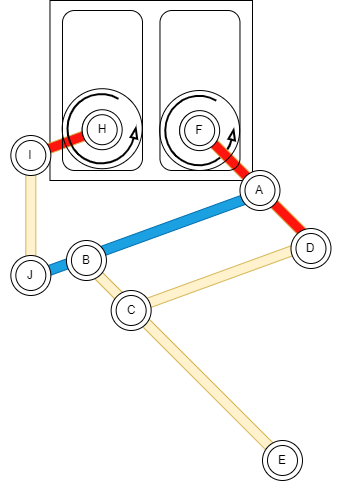
kumaxxp/SimpleLinkages keeps this draw.io diagram as doc/5節リンクのプログラムを検討1.drawio.png. Above is the earlier version. Source tidied: cells renumbered, new cells last; positions are measured from the earlier drawing's top-left corner, leaving out a move shared by most shapes. The source it was exported from:
```xml
<mxGraphModel>
  <root>
    <mxCell id="0" />
    <mxCell id="1" parent="0" />
    <mxCell id="2" style="verticalLabelPosition=bottom;html=1;verticalAlign=top;strokeWidth=2;shape=mxgraph.lean_mapping.physical_pull;fillColor=none;" parent="1" vertex="1">
      <mxGeometry x="194.5" y="95" width="70" height="70" as="geometry" />
    </mxCell>
    <mxCell id="3" style="rounded=0;whiteSpace=wrap;html=1;fillColor=none;" parent="1" vertex="1">
      <mxGeometry x="79.5" width="202.5" height="180" as="geometry" />
    </mxCell>
    <mxCell id="4" style="rounded=0;whiteSpace=wrap;html=1;rotation=-200;fillColor=#FF150D;strokeColor=#d6b656;" parent="1" vertex="1">
      <mxGeometry x="55.1" y="138.4" width="72.6" height="10" as="geometry" />
    </mxCell>
    <mxCell id="5" style="rounded=0;whiteSpace=wrap;html=1;rotation=-135;fillColor=#FF150D;strokeColor=#d6b656;" parent="1" vertex="1">
      <mxGeometry x="202.3" y="178.6" width="163.1" height="10" as="geometry" />
    </mxCell>
    <mxCell id="6" style="rounded=1;whiteSpace=wrap;html=1;fillColor=none;" parent="1" vertex="1">
      <mxGeometry x="92" y="10" width="80" height="160" as="geometry" />
    </mxCell>
    <mxCell id="7" style="rounded=1;whiteSpace=wrap;html=1;fillColor=none;" parent="1" vertex="1">
      <mxGeometry x="189.5" y="10" width="80" height="160" as="geometry" />
    </mxCell>
    <mxCell id="8" style="ellipse;whiteSpace=wrap;html=1;fillColor=none;" parent="1" vertex="1">
      <mxGeometry x="111.7" y="110" width="38.2" height="38.2" as="geometry" />
    </mxCell>
    <mxCell id="9" style="group;rotation=0;" parent="1" vertex="1">
      <mxGeometry x="111.7" y="108.2" width="60" height="60" as="geometry" />
    </mxCell>
    <mxCell id="10" style="ellipse;whiteSpace=wrap;html=1;rotation=0;" parent="9" vertex="1">
      <mxGeometry y="1" width="40" height="40" as="geometry" />
    </mxCell>
    <mxCell id="11" style="ellipse;whiteSpace=wrap;html=1;rotation=0;" parent="9" vertex="1">
      <mxGeometry x="5" y="6" width="30" height="30" as="geometry" />
    </mxCell>
    <mxCell id="12" value="H" style="text;html=1;strokeColor=none;fillColor=none;align=center;verticalAlign=middle;whiteSpace=wrap;rounded=0;rotation=0;" parent="9" vertex="1">
      <mxGeometry x="-10" y="6" width="60" height="30" as="geometry" />
    </mxCell>
    <mxCell id="13" style="ellipse;whiteSpace=wrap;html=1;fillColor=none;" parent="9" vertex="1">
      <mxGeometry x="-20" y="-20" width="80" height="80" as="geometry" />
    </mxCell>
    <mxCell id="14" style="verticalLabelPosition=bottom;html=1;verticalAlign=top;strokeWidth=2;shape=mxgraph.lean_mapping.physical_pull;fillColor=none;" parent="9" vertex="1">
      <mxGeometry x="-15" y="-15" width="70" height="70" as="geometry" />
    </mxCell>
    <mxCell id="15" style="ellipse;whiteSpace=wrap;html=1;fillColor=none;" parent="1" vertex="1">
      <mxGeometry x="209.1" y="110.9" width="38.2" height="38.2" as="geometry" />
    </mxCell>
    <mxCell id="16" style="group;rotation=0;" parent="1" vertex="1">
      <mxGeometry x="209.1" y="109.1" width="60" height="60.9" as="geometry" />
    </mxCell>
    <mxCell id="17" style="ellipse;whiteSpace=wrap;html=1;rotation=0;" parent="16" vertex="1">
      <mxGeometry y="1" width="40" height="40" as="geometry" />
    </mxCell>
    <mxCell id="18" style="ellipse;whiteSpace=wrap;html=1;rotation=0;" parent="16" vertex="1">
      <mxGeometry x="5" y="6" width="30" height="30" as="geometry" />
    </mxCell>
    <mxCell id="19" value="F" style="text;html=1;strokeColor=none;fillColor=none;align=center;verticalAlign=middle;whiteSpace=wrap;rounded=0;rotation=0;" parent="16" vertex="1">
      <mxGeometry x="-10" y="6" width="60" height="30" as="geometry" />
    </mxCell>
    <mxCell id="20" style="ellipse;whiteSpace=wrap;html=1;fillColor=none;" parent="16" vertex="1">
      <mxGeometry x="-20" y="-19.1" width="80" height="80" as="geometry" />
    </mxCell>
    <mxCell id="21" style="rounded=0;whiteSpace=wrap;html=1;rotation=-20;fillColor=#1ba1e2;strokeColor=#006EAF;fontColor=#ffffff;" parent="1" vertex="1">
      <mxGeometry x="41.7" y="231.3" width="259.3" height="10" as="geometry" />
    </mxCell>
    <mxCell id="22" style="rounded=0;whiteSpace=wrap;html=1;rotation=-20;fillColor=#fff2cc;strokeColor=#d6b656;" parent="1" vertex="1">
      <mxGeometry x="156.8" y="270" width="193.4" height="10" as="geometry" />
    </mxCell>
    <mxCell id="23" style="rounded=0;whiteSpace=wrap;html=1;rotation=-135;fillColor=#fff2cc;strokeColor=#d6b656;" parent="1" vertex="1">
      <mxGeometry x="65.7" y="358.2" width="300.9" height="10" as="geometry" />
    </mxCell>
    <mxCell id="24" style="rounded=0;whiteSpace=wrap;html=1;rotation=-90;fillColor=#fff2cc;strokeColor=#d6b656;" parent="1" vertex="1">
      <mxGeometry x="-0.5" y="208.3" width="121.7" height="10" as="geometry" />
    </mxCell>
    <mxCell id="25" style="ellipse;whiteSpace=wrap;html=1;" parent="1" vertex="1">
      <mxGeometry x="269.5" y="170" width="40" height="40" as="geometry" />
    </mxCell>
    <mxCell id="26" style="ellipse;whiteSpace=wrap;html=1;" parent="1" vertex="1">
      <mxGeometry x="274.5" y="175" width="30" height="30" as="geometry" />
    </mxCell>
    <mxCell id="27" value="A" style="text;html=1;strokeColor=none;fillColor=none;align=center;verticalAlign=middle;whiteSpace=wrap;rounded=0;" parent="1" vertex="1">
      <mxGeometry x="259.5" y="175" width="60" height="30" as="geometry" />
    </mxCell>
    <mxCell id="28" style="ellipse;whiteSpace=wrap;html=1;" parent="1" vertex="1">
      <mxGeometry x="320.5" y="228" width="40" height="40" as="geometry" />
    </mxCell>
    <mxCell id="29" style="ellipse;whiteSpace=wrap;html=1;" parent="1" vertex="1">
      <mxGeometry x="325.5" y="233" width="30" height="30" as="geometry" />
    </mxCell>
    <mxCell id="30" value="D" style="text;html=1;strokeColor=none;fillColor=none;align=center;verticalAlign=middle;whiteSpace=wrap;rounded=0;" parent="1" vertex="1">
      <mxGeometry x="310.5" y="233" width="60" height="30" as="geometry" />
    </mxCell>
    <mxCell id="31" style="ellipse;whiteSpace=wrap;html=1;" parent="1" vertex="1">
      <mxGeometry x="95.9" y="240" width="40" height="40" as="geometry" />
    </mxCell>
    <mxCell id="32" style="ellipse;whiteSpace=wrap;html=1;" parent="1" vertex="1">
      <mxGeometry x="100.9" y="245" width="30" height="30" as="geometry" />
    </mxCell>
    <mxCell id="33" value="B" style="text;html=1;strokeColor=none;fillColor=none;align=center;verticalAlign=middle;whiteSpace=wrap;rounded=0;" parent="1" vertex="1">
      <mxGeometry x="85.9" y="245" width="60" height="30" as="geometry" />
    </mxCell>
    <mxCell id="34" style="ellipse;whiteSpace=wrap;html=1;" parent="1" vertex="1">
      <mxGeometry x="140.6" y="290" width="40" height="40" as="geometry" />
    </mxCell>
    <mxCell id="35" style="ellipse;whiteSpace=wrap;html=1;" parent="1" vertex="1">
      <mxGeometry x="145.6" y="295" width="30" height="30" as="geometry" />
    </mxCell>
    <mxCell id="36" value="C" style="text;html=1;strokeColor=none;fillColor=none;align=center;verticalAlign=middle;whiteSpace=wrap;rounded=0;" parent="1" vertex="1">
      <mxGeometry x="130.6" y="295" width="60" height="30" as="geometry" />
    </mxCell>
    <mxCell id="37" style="ellipse;whiteSpace=wrap;html=1;" parent="1" vertex="1">
      <mxGeometry x="292" y="440" width="40" height="40" as="geometry" />
    </mxCell>
    <mxCell id="38" style="ellipse;whiteSpace=wrap;html=1;" parent="1" vertex="1">
      <mxGeometry x="297" y="445" width="30" height="30" as="geometry" />
    </mxCell>
    <mxCell id="39" value="E" style="text;html=1;strokeColor=none;fillColor=none;align=center;verticalAlign=middle;whiteSpace=wrap;rounded=0;" parent="1" vertex="1">
      <mxGeometry x="282" y="445" width="60" height="30" as="geometry" />
    </mxCell>
    <mxCell id="40" style="ellipse;whiteSpace=wrap;html=1;" parent="1" vertex="1">
      <mxGeometry x="40.3" y="135" width="40" height="40" as="geometry" />
    </mxCell>
    <mxCell id="41" style="ellipse;whiteSpace=wrap;html=1;" parent="1" vertex="1">
      <mxGeometry x="45.3" y="140" width="30" height="30" as="geometry" />
    </mxCell>
    <mxCell id="42" value="I" style="text;html=1;strokeColor=none;fillColor=none;align=center;verticalAlign=middle;whiteSpace=wrap;rounded=0;" parent="1" vertex="1">
      <mxGeometry x="30.3" y="140" width="60" height="30" as="geometry" />
    </mxCell>
    <mxCell id="43" style="ellipse;whiteSpace=wrap;html=1;" parent="1" vertex="1">
      <mxGeometry x="40.3" y="255" width="40" height="40" as="geometry" />
    </mxCell>
    <mxCell id="44" style="ellipse;whiteSpace=wrap;html=1;" parent="1" vertex="1">
      <mxGeometry x="45.3" y="260" width="30" height="30" as="geometry" />
    </mxCell>
    <mxCell id="45" value="J" style="text;html=1;strokeColor=none;fillColor=none;align=center;verticalAlign=middle;whiteSpace=wrap;rounded=0;" parent="1" vertex="1">
      <mxGeometry x="30.3" y="260" width="60" height="30" as="geometry" />
    </mxCell>
  </root>
</mxGraphModel>
```
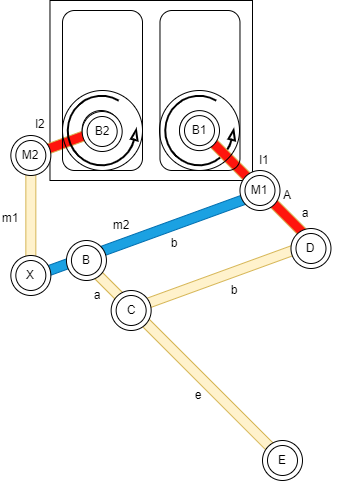
The same diagram one commit later.

The edit, as a diff of the source:
```diff
@@ -23,29 +23,11 @@
     <mxCell id="8" style="ellipse;whiteSpace=wrap;html=1;fillColor=none;" parent="1" vertex="1">
       <mxGeometry x="111.7" y="110" width="38.2" height="38.2" as="geometry" />
     </mxCell>
-    <mxCell id="9" style="group;rotation=0;" parent="1" vertex="1">
-      <mxGeometry x="111.7" y="108.2" width="60" height="60" as="geometry" />
-    </mxCell>
-    <mxCell id="10" style="ellipse;whiteSpace=wrap;html=1;rotation=0;" parent="9" vertex="1">
-      <mxGeometry y="1" width="40" height="40" as="geometry" />
-    </mxCell>
-    <mxCell id="11" style="ellipse;whiteSpace=wrap;html=1;rotation=0;" parent="9" vertex="1">
-      <mxGeometry x="5" y="6" width="30" height="30" as="geometry" />
-    </mxCell>
-    <mxCell id="12" value="H" style="text;html=1;strokeColor=none;fillColor=none;align=center;verticalAlign=middle;whiteSpace=wrap;rounded=0;rotation=0;" parent="9" vertex="1">
-      <mxGeometry x="-10" y="6" width="60" height="30" as="geometry" />
-    </mxCell>
-    <mxCell id="13" style="ellipse;whiteSpace=wrap;html=1;fillColor=none;" parent="9" vertex="1">
-      <mxGeometry x="-20" y="-20" width="80" height="80" as="geometry" />
-    </mxCell>
-    <mxCell id="14" style="verticalLabelPosition=bottom;html=1;verticalAlign=top;strokeWidth=2;shape=mxgraph.lean_mapping.physical_pull;fillColor=none;" parent="9" vertex="1">
-      <mxGeometry x="-15" y="-15" width="70" height="70" as="geometry" />
-    </mxCell>
     <mxCell id="15" style="ellipse;whiteSpace=wrap;html=1;fillColor=none;" parent="1" vertex="1">
       <mxGeometry x="209.1" y="110.9" width="38.2" height="38.2" as="geometry" />
     </mxCell>
     <mxCell id="16" style="group;rotation=0;" parent="1" vertex="1">
-      <mxGeometry x="209.1" y="109.1" width="60" height="60.9" as="geometry" />
+      <mxGeometry x="209" y="109.1" width="60" height="60.9" as="geometry" />
     </mxCell>
     <mxCell id="17" style="ellipse;whiteSpace=wrap;html=1;rotation=0;" parent="16" vertex="1">
       <mxGeometry y="1" width="40" height="40" as="geometry" />
@@ -53,7 +35,7 @@
     <mxCell id="18" style="ellipse;whiteSpace=wrap;html=1;rotation=0;" parent="16" vertex="1">
       <mxGeometry x="5" y="6" width="30" height="30" as="geometry" />
     </mxCell>
-    <mxCell id="19" value="F" style="text;html=1;strokeColor=none;fillColor=none;align=center;verticalAlign=middle;whiteSpace=wrap;rounded=0;rotation=0;" parent="16" vertex="1">
+    <mxCell id="19" value="B1" style="text;html=1;strokeColor=none;fillColor=none;align=center;verticalAlign=middle;whiteSpace=wrap;rounded=0;rotation=0;" parent="16" vertex="1">
       <mxGeometry x="-10" y="6" width="60" height="30" as="geometry" />
     </mxCell>
     <mxCell id="20" style="ellipse;whiteSpace=wrap;html=1;fillColor=none;" parent="16" vertex="1">
@@ -77,7 +59,7 @@
     <mxCell id="26" style="ellipse;whiteSpace=wrap;html=1;" parent="1" vertex="1">
       <mxGeometry x="274.5" y="175" width="30" height="30" as="geometry" />
     </mxCell>
-    <mxCell id="27" value="A" style="text;html=1;strokeColor=none;fillColor=none;align=center;verticalAlign=middle;whiteSpace=wrap;rounded=0;" parent="1" vertex="1">
+    <mxCell id="27" value="M1" style="text;html=1;strokeColor=none;fillColor=none;align=center;verticalAlign=middle;whiteSpace=wrap;rounded=0;" parent="1" vertex="1">
       <mxGeometry x="259.5" y="175" width="60" height="30" as="geometry" />
     </mxCell>
     <mxCell id="28" style="ellipse;whiteSpace=wrap;html=1;" parent="1" vertex="1">
@@ -122,7 +104,7 @@
     <mxCell id="41" style="ellipse;whiteSpace=wrap;html=1;" parent="1" vertex="1">
       <mxGeometry x="45.3" y="140" width="30" height="30" as="geometry" />
     </mxCell>
-    <mxCell id="42" value="I" style="text;html=1;strokeColor=none;fillColor=none;align=center;verticalAlign=middle;whiteSpace=wrap;rounded=0;" parent="1" vertex="1">
+    <mxCell id="42" value="M2" style="text;html=1;strokeColor=none;fillColor=none;align=center;verticalAlign=middle;whiteSpace=wrap;rounded=0;" parent="1" vertex="1">
       <mxGeometry x="30.3" y="140" width="60" height="30" as="geometry" />
     </mxCell>
     <mxCell id="43" style="ellipse;whiteSpace=wrap;html=1;" parent="1" vertex="1">
@@ -131,8 +113,53 @@
     <mxCell id="44" style="ellipse;whiteSpace=wrap;html=1;" parent="1" vertex="1">
       <mxGeometry x="45.3" y="260" width="30" height="30" as="geometry" />
     </mxCell>
-    <mxCell id="45" value="J" style="text;html=1;strokeColor=none;fillColor=none;align=center;verticalAlign=middle;whiteSpace=wrap;rounded=0;" parent="1" vertex="1">
+    <mxCell id="45" value="X" style="text;html=1;strokeColor=none;fillColor=none;align=center;verticalAlign=middle;whiteSpace=wrap;rounded=0;" parent="1" vertex="1">
       <mxGeometry x="30.3" y="260" width="60" height="30" as="geometry" />
     </mxCell>
+    <mxCell id="14" style="verticalLabelPosition=bottom;html=1;verticalAlign=top;strokeWidth=2;shape=mxgraph.lean_mapping.physical_pull;fillColor=none;" parent="1" vertex="1">
+      <mxGeometry x="97" y="95" width="70" height="70" as="geometry" />
+    </mxCell>
+    <mxCell id="10" style="ellipse;whiteSpace=wrap;html=1;rotation=0;" parent="1" vertex="1">
+      <mxGeometry x="111.7" y="111" width="40" height="40" as="geometry" />
+    </mxCell>
+    <mxCell id="11" style="ellipse;whiteSpace=wrap;html=1;rotation=0;" parent="1" vertex="1">
+      <mxGeometry x="116.7" y="116" width="30" height="30" as="geometry" />
+    </mxCell>
+    <mxCell id="12" value="B2" style="text;html=1;strokeColor=none;fillColor=none;align=center;verticalAlign=middle;whiteSpace=wrap;rounded=0;rotation=0;" parent="1" vertex="1">
+      <mxGeometry x="102" y="116" width="60" height="30" as="geometry" />
+    </mxCell>
+    <mxCell id="13" style="ellipse;whiteSpace=wrap;html=1;fillColor=none;" parent="1" vertex="1">
+      <mxGeometry x="92" y="90" width="80" height="80" as="geometry" />
+    </mxCell>
+    <mxCell id="46" value="A" style="text;html=1;strokeColor=none;fillColor=none;align=center;verticalAlign=middle;whiteSpace=wrap;rounded=0;" parent="1" vertex="1">
+      <mxGeometry x="307" y="180" width="20" height="30" as="geometry" />
+    </mxCell>
+    <mxCell id="47" value="l1" style="text;html=1;strokeColor=none;fillColor=none;align=center;verticalAlign=middle;whiteSpace=wrap;rounded=0;" parent="1" vertex="1">
+      <mxGeometry x="284.5" y="145" width="20" height="30" as="geometry" />
+    </mxCell>
+    <mxCell id="48" value="l2" style="text;html=1;strokeColor=none;fillColor=none;align=center;verticalAlign=middle;whiteSpace=wrap;rounded=0;" parent="1" vertex="1">
+      <mxGeometry x="60.3" y="109.1" width="20" height="30" as="geometry" />
+    </mxCell>
+    <mxCell id="49" value="a" style="text;html=1;strokeColor=none;fillColor=none;align=center;verticalAlign=middle;whiteSpace=wrap;rounded=0;" parent="1" vertex="1">
+      <mxGeometry x="325.5" y="198" width="20" height="30" as="geometry" />
+    </mxCell>
+    <mxCell id="50" value="b" style="text;html=1;strokeColor=none;fillColor=none;align=center;verticalAlign=middle;whiteSpace=wrap;rounded=0;" parent="1" vertex="1">
+      <mxGeometry x="194.5" y="228" width="20" height="30" as="geometry" />
+    </mxCell>
+    <mxCell id="51" value="b" style="text;html=1;strokeColor=none;fillColor=none;align=center;verticalAlign=middle;whiteSpace=wrap;rounded=0;" parent="1" vertex="1">
+      <mxGeometry x="254.5" y="275" width="20" height="30" as="geometry" />
+    </mxCell>
+    <mxCell id="52" value="a" style="text;html=1;strokeColor=none;fillColor=none;align=center;verticalAlign=middle;whiteSpace=wrap;rounded=0;" parent="1" vertex="1">
+      <mxGeometry x="116.7" y="280" width="20" height="30" as="geometry" />
+    </mxCell>
+    <mxCell id="53" value="e" style="text;html=1;strokeColor=none;fillColor=none;align=center;verticalAlign=middle;whiteSpace=wrap;rounded=0;" parent="1" vertex="1">
+      <mxGeometry x="218.3" y="380" width="20" height="30" as="geometry" />
+    </mxCell>
+    <mxCell id="54" value="m1" style="text;html=1;strokeColor=none;fillColor=none;align=center;verticalAlign=middle;whiteSpace=wrap;rounded=0;" parent="1" vertex="1">
+      <mxGeometry x="30.3" y="203" width="20" height="30" as="geometry" />
+    </mxCell>
+    <mxCell id="55" value="m2" style="text;html=1;strokeColor=none;fillColor=none;align=center;verticalAlign=middle;whiteSpace=wrap;rounded=0;" parent="1" vertex="1">
+      <mxGeometry x="140.6" y="210" width="20" height="30" as="geometry" />
+    </mxCell>
   </root>
 </mxGraphModel>
```
